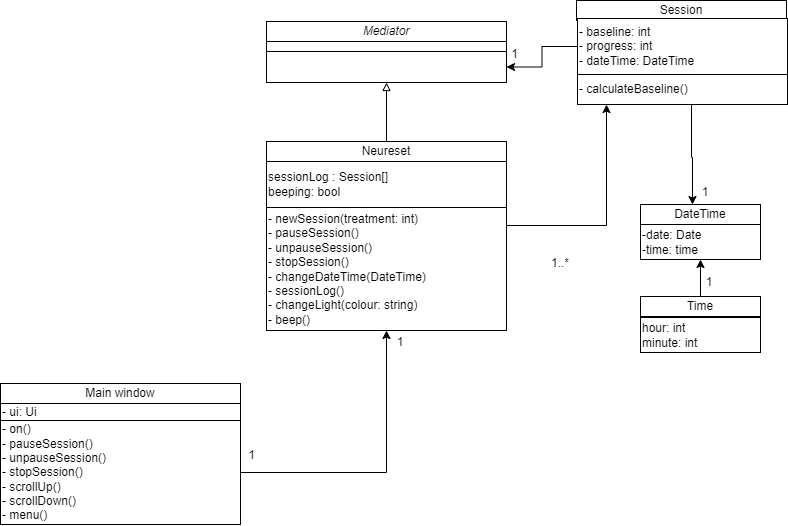
Earlier version of the draw.io export Diagrams/NeuresetUML.png (SaiPaladugu/neureset-comp3004). Source tidied: cells renumbered, new cells last; positions are measured from the earlier drawing's top-left corner, leaving out a move shared by most shapes.
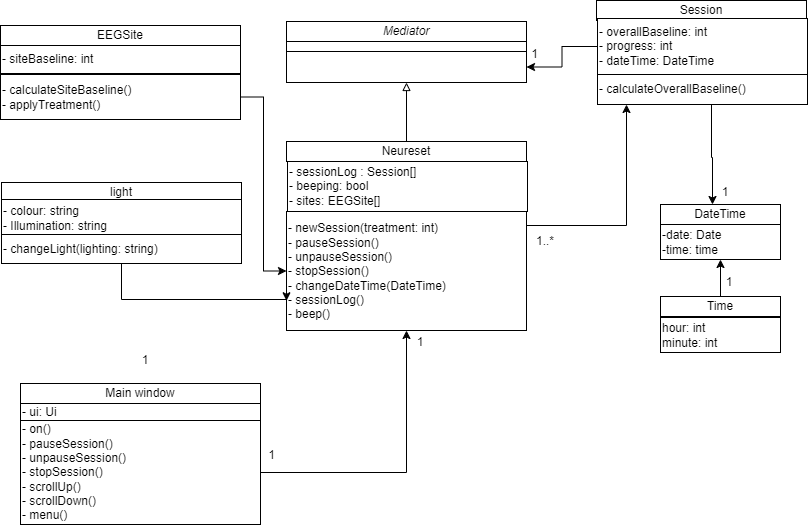
The same diagram one commit later.

Commit message:
Updated UML sketch

The edit, as a diff of the source:
```diff
@@ -14,7 +14,7 @@
     <mxCell id="5" style="edgeStyle=orthogonalEdgeStyle;rounded=0;jettySize=auto;html=1;entryX=1;entryY=0.5;entryDx=0;entryDy=0;" parent="1" edge="1" source="6" target="19">
       <mxGeometry relative="1" as="geometry" />
     </mxCell>
-    <mxCell id="6" value="&lt;div style=&quot;&quot;&gt;- baseline: int&lt;br&gt;- progress: int&lt;br&gt;- dateTime: DateTime&lt;/div&gt;&lt;span id=&quot;docs-internal-guid-68782151-7fff-3128-4f7a-dbfb32c3a9ff&quot;&gt;&lt;/span&gt;" style="rounded=0;whiteSpace=wrap;html=1;align=left;" parent="1" vertex="1">
+    <mxCell id="6" value="&lt;div style=&quot;&quot;&gt;- overallBaseline: int&lt;br&gt;- progress: int&lt;br&gt;- dateTime: DateTime&lt;/div&gt;&lt;span id=&quot;docs-internal-guid-68782151-7fff-3128-4f7a-dbfb32c3a9ff&quot;&gt;&lt;/span&gt;" style="rounded=0;whiteSpace=wrap;html=1;align=left;" parent="1" vertex="1">
       <mxGeometry x="577" y="18" width="210" height="56" as="geometry" />
     </mxCell>
     <mxCell id="7" style="edgeStyle=orthogonalEdgeStyle;rounded=0;jettySize=auto;html=1;endArrow=classic;endFill=1;" parent="1" edge="1" source="8" target="2">
@@ -25,7 +25,7 @@
         </Array>
       </mxGeometry>
     </mxCell>
-    <mxCell id="8" value="- calculateBaseline()" style="rounded=0;whiteSpace=wrap;html=1;align=left;" parent="1" vertex="1">
+    <mxCell id="8" value="- calculateOverallBaseline()" style="rounded=0;whiteSpace=wrap;html=1;align=left;" parent="1" vertex="1">
       <mxGeometry x="577" y="74" width="210" height="30" as="geometry" />
     </mxCell>
     <mxCell id="9" style="edgeStyle=orthogonalEdgeStyle;rounded=0;jettySize=auto;html=1;endArrow=block;endFill=0;" parent="1" edge="1" source="10" target="19">
@@ -34,8 +34,8 @@
     <mxCell id="10" value="Neureset" style="rounded=0;whiteSpace=wrap;html=1;" parent="1" vertex="1">
       <mxGeometry x="266" y="141" width="240" height="20" as="geometry" />
     </mxCell>
-    <mxCell id="11" value="&lt;div style=&quot;&quot;&gt;sessionLog : Session[]&lt;/div&gt;&lt;div style=&quot;&quot;&gt;beeping: bool&lt;/div&gt;&lt;span id=&quot;docs-internal-guid-68782151-7fff-3128-4f7a-dbfb32c3a9ff&quot;&gt;&lt;/span&gt;" style="rounded=0;whiteSpace=wrap;html=1;align=left;" parent="1" vertex="1">
-      <mxGeometry x="266" y="161" width="240" height="46" as="geometry" />
+    <mxCell id="11" value="&lt;div style=&quot;&quot;&gt;- sessionLog : Session[]&lt;/div&gt;&lt;div style=&quot;&quot;&gt;- beeping: bool&lt;/div&gt;&lt;div style=&quot;&quot;&gt;- sites: EEGSite[]&lt;/div&gt;&lt;span id=&quot;docs-internal-guid-68782151-7fff-3128-4f7a-dbfb32c3a9ff&quot;&gt;&lt;/span&gt;" style="rounded=0;whiteSpace=wrap;html=1;align=left;" parent="1" vertex="1">
+      <mxGeometry x="267" y="161" width="240" height="50" as="geometry" />
     </mxCell>
     <mxCell id="12" style="edgeStyle=orthogonalEdgeStyle;rounded=0;jettySize=auto;html=1;" parent="1" edge="1" source="13" target="8">
       <mxGeometry relative="1" as="geometry">
@@ -44,14 +44,14 @@
         </Array>
       </mxGeometry>
     </mxCell>
-    <mxCell id="13" value="- newSession(treatment: int)&lt;br&gt;- pauseSession()&lt;div&gt;- unpauseSession()&lt;br&gt;- stopSession()&lt;br&gt;- changeDateTime(DateTime)&lt;br&gt;- sessionLog()&lt;br&gt;- changeLight(colour: string)&lt;br&gt;- beep()&lt;/div&gt;" style="rounded=0;whiteSpace=wrap;html=1;align=left;" parent="1" vertex="1">
-      <mxGeometry x="266" y="207" width="240" height="123" as="geometry" />
+    <mxCell id="13" value="- newSession(treatment: int)&lt;br&gt;- pauseSession()&lt;div&gt;- unpauseSession()&lt;br&gt;- stopSession()&lt;br&gt;- changeDateTime(DateTime)&lt;br&gt;- sessionLog()&lt;br&gt;- beep()&lt;/div&gt;" style="rounded=0;whiteSpace=wrap;html=1;align=left;" parent="1" vertex="1">
+      <mxGeometry x="266" y="211" width="240" height="119" as="geometry" />
     </mxCell>
     <mxCell id="14" value="1" style="text;strokeColor=none;align=center;fillColor=none;html=1;verticalAlign=middle;whiteSpace=wrap;rounded=0;" parent="1" vertex="1">
       <mxGeometry x="484" y="36" width="61" height="35" as="geometry" />
     </mxCell>
     <mxCell id="15" value="1..*" style="text;strokeColor=none;align=center;fillColor=none;html=1;verticalAlign=middle;whiteSpace=wrap;rounded=0;" parent="1" vertex="1">
-      <mxGeometry x="530" y="248" width="60" height="30" as="geometry" />
+      <mxGeometry x="495" y="226" width="60" height="30" as="geometry" />
     </mxCell>
     <mxCell id="16" value="1" style="text;strokeColor=none;align=center;fillColor=none;html=1;verticalAlign=middle;whiteSpace=wrap;rounded=0;" parent="1" vertex="1">
       <mxGeometry x="675" y="177" width="60" height="30" as="geometry" />
@@ -95,5 +95,36 @@
     <mxCell id="29" value="1" style="text;strokeColor=none;align=center;fillColor=none;html=1;verticalAlign=middle;whiteSpace=wrap;rounded=0;" parent="1" vertex="1">
       <mxGeometry x="679" y="267" width="60" height="30" as="geometry" />
     </mxCell>
+    <mxCell id="30" value="EEGSite" style="rounded=0;whiteSpace=wrap;html=1;" parent="1" vertex="1">
+      <mxGeometry x="-20" y="25" width="240" height="20" as="geometry" />
+    </mxCell>
+    <mxCell id="31" value="&lt;div style=&quot;&quot;&gt;- siteBaseline: int&lt;/div&gt;&lt;span id=&quot;docs-internal-guid-68782151-7fff-3128-4f7a-dbfb32c3a9ff&quot;&gt;&lt;/span&gt;" style="rounded=0;whiteSpace=wrap;html=1;align=left;" parent="1" vertex="1">
+      <mxGeometry x="-20" y="45" width="240" height="28" as="geometry" />
+    </mxCell>
+    <mxCell id="32" style="edgeStyle=orthogonalEdgeStyle;rounded=0;jettySize=auto;html=1;entryX=0;entryY=0.5;entryDx=0;entryDy=0;" parent="1" edge="1" source="33" target="13">
+      <mxGeometry relative="1" as="geometry" />
+    </mxCell>
+    <mxCell id="33" value="- calculateSiteBaseline()&lt;div&gt;- applyTreatment()&lt;/div&gt;" style="rounded=0;whiteSpace=wrap;html=1;align=left;" parent="1" vertex="1">
+      <mxGeometry x="-20" y="74" width="240" height="45" as="geometry" />
+    </mxCell>
+    <mxCell id="34" value="1" style="text;strokeColor=none;align=center;fillColor=none;html=1;verticalAlign=middle;whiteSpace=wrap;rounded=0;" parent="1" vertex="1">
+      <mxGeometry x="95" y="345" width="60" height="30" as="geometry" />
+    </mxCell>
+    <mxCell id="35" value="light" style="rounded=0;whiteSpace=wrap;html=1;" parent="1" vertex="1">
+      <mxGeometry x="-19" y="182" width="240" height="20" as="geometry" />
+    </mxCell>
+    <mxCell id="36" value="&lt;div style=&quot;&quot;&gt;- colour: string&lt;br&gt;- Illumination: string&lt;/div&gt;&lt;span id=&quot;docs-internal-guid-68782151-7fff-3128-4f7a-dbfb32c3a9ff&quot;&gt;&lt;/span&gt;" style="rounded=0;whiteSpace=wrap;html=1;align=left;" parent="1" vertex="1">
+      <mxGeometry x="-19" y="199" width="240" height="38" as="geometry" />
+    </mxCell>
+    <mxCell id="37" style="edgeStyle=orthogonalEdgeStyle;rounded=0;jettySize=auto;html=1;entryX=0;entryY=0.75;entryDx=0;entryDy=0;" parent="1" edge="1" source="38" target="13">
+      <mxGeometry relative="1" as="geometry">
+        <Array as="points">
+          <mxPoint x="101" y="299" />
+        </Array>
+      </mxGeometry>
+    </mxCell>
+    <mxCell id="38" value="- changeLight(lighting: string)" style="rounded=0;whiteSpace=wrap;html=1;align=left;" parent="1" vertex="1">
+      <mxGeometry x="-19" y="234" width="240" height="29" as="geometry" />
+    </mxCell>
   </root>
 </mxGraphModel>
```
